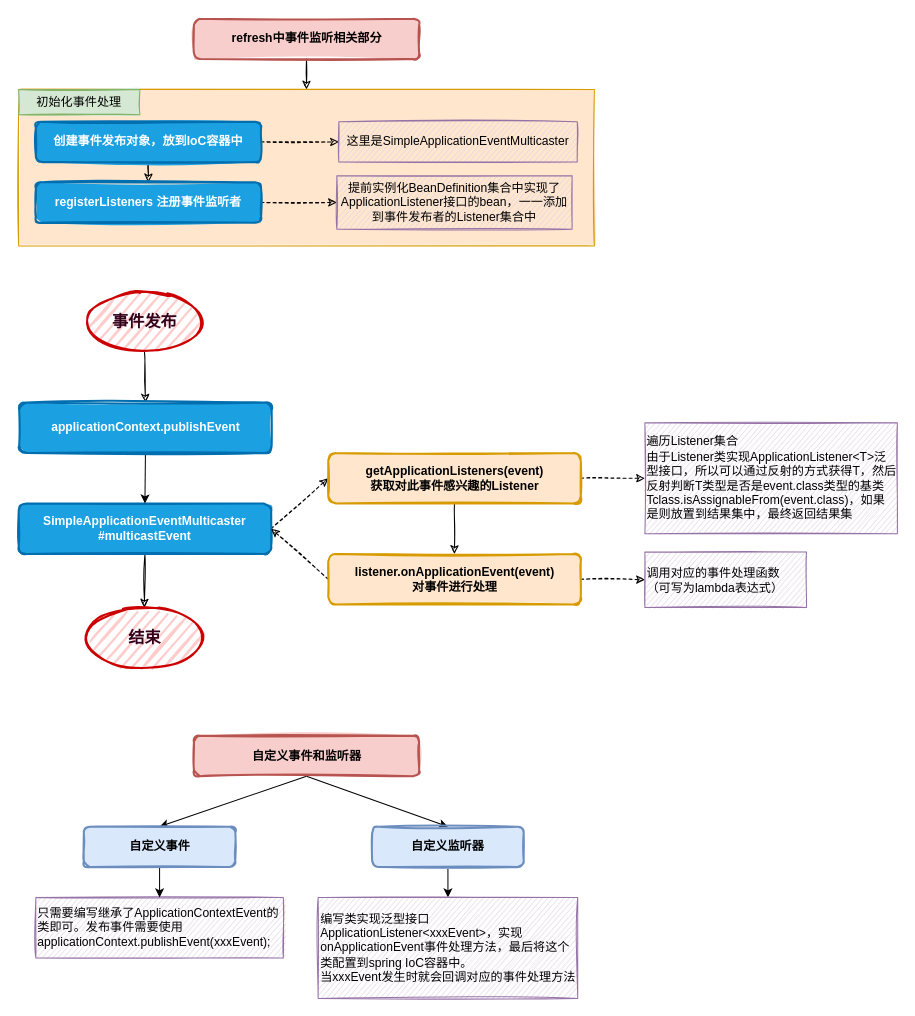
Before: 面试/项目/small-spring/事件监听机制.drawio in codeReaper2001/diagram, a draw.io diagram. Source tidied: cells renumbered, new cells numbered last; positions are measured from the earlier drawing's top-left corner, leaving out a move shared by most shapes. Both pictures are drawn from the tidied source at 101%, with x=0, y=0 at pixel (18, 18).
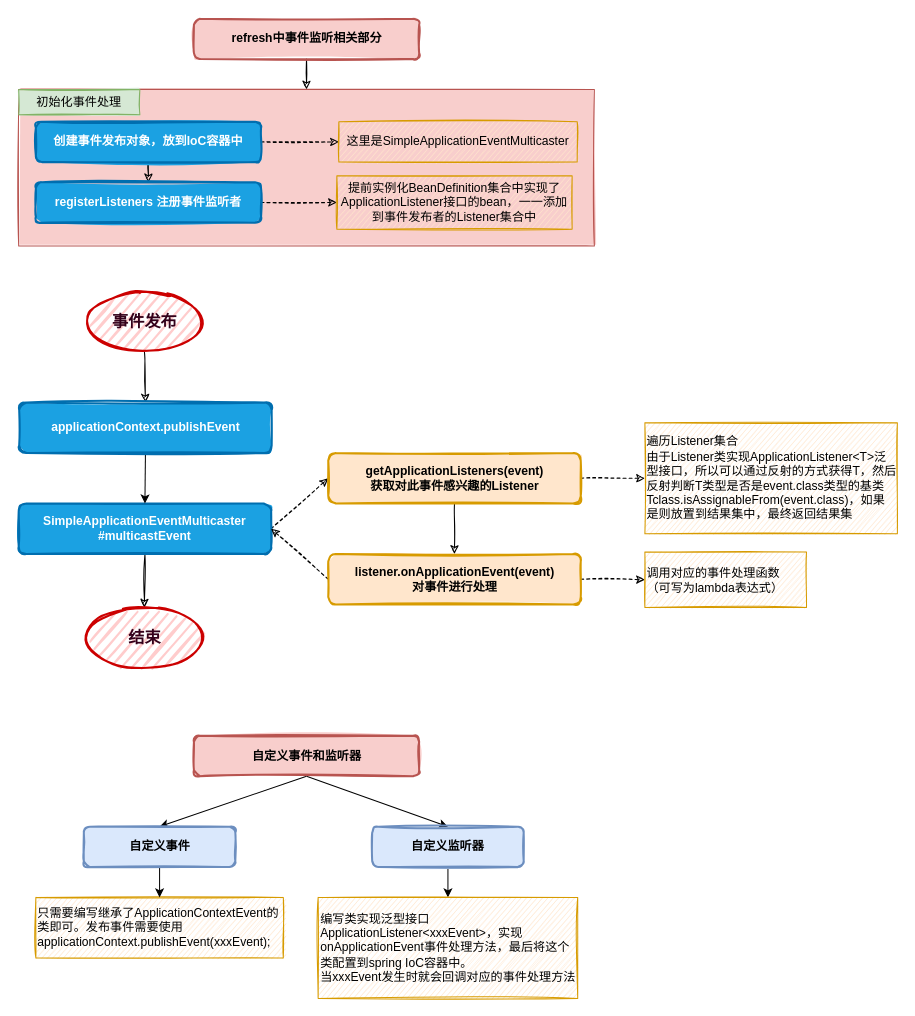
The same page after the edit.

Diff of the diagram source:
```diff
@@
-    <mxCell id="2" value="&lt;div style=&quot;text-align: justify&quot;&gt;&lt;br&gt;&lt;/div&gt;" style="rounded=0;whiteSpace=wrap;html=1;sketch=1;fillStyle=solid;strokeColor=#d79b00;fillColor=#ffe6cc;align=left;" parent="1" vertex="1">
+    <mxCell id="2" value="&lt;div style=&quot;text-align: justify&quot;&gt;&lt;br&gt;&lt;/div&gt;" style="rounded=0;whiteSpace=wrap;html=1;sketch=1;fillStyle=solid;strokeColor=#b85450;fillColor=#f8cecc;align=left;" parent="1" vertex="1">
       <mxGeometry y="70" width="570" height="155" as="geometry" />
     </mxCell>
@@
-    <mxCell id="7" value="这里是SimpleApplicationEventMulticaster" style="rounded=0;whiteSpace=wrap;html=1;sketch=1;fillColor=#e1d5e7;strokeColor=#9673a6;fillStyle=hachure;align=center;" parent="1" vertex="1">
+    <mxCell id="7" value="这里是SimpleApplicationEventMulticaster" style="rounded=0;whiteSpace=wrap;html=1;sketch=1;fillColor=#ffe6cc;strokeColor=#d79b00;fillStyle=hachure;align=center;" parent="1" vertex="1">
       <mxGeometry x="317" y="102" width="236" height="40" as="geometry" />
     </mxCell>
@@
-    <mxCell id="10" value="提前实例化BeanDefinition集合中实现了ApplicationListener接口的bean，一一添加到事件发布者的Listener集合中" style="rounded=0;whiteSpace=wrap;html=1;sketch=1;fillColor=#e1d5e7;strokeColor=#9673a6;fillStyle=hachure;align=center;" parent="1" vertex="1">
+    <mxCell id="10" value="提前实例化BeanDefinition集合中实现了ApplicationListener接口的bean，一一添加到事件发布者的Listener集合中" style="rounded=0;whiteSpace=wrap;html=1;sketch=1;fillColor=#ffe6cc;strokeColor=#d79b00;fillStyle=hachure;align=center;" parent="1" vertex="1">
       <mxGeometry x="315" y="155.5" width="233" height="53" as="geometry" />
     </mxCell>
@@
-    <mxCell id="25" value="遍历&lt;span style=&quot;text-align: center&quot;&gt;Listener集合&lt;/span&gt;&lt;br&gt;由于Listener类实现ApplicationListener&amp;lt;T&amp;gt;泛型接口，所以可以通过反射的方式获得T，然后反射判断T类型是否是event.class类型的基类Tclass.isAssignableFrom(event.class)，如果是则放置到结果集中，最终返回结果集" style="rounded=0;whiteSpace=wrap;html=1;sketch=1;fillColor=#e1d5e7;strokeColor=#9673a6;fillStyle=hachure;align=left;" parent="1" vertex="1">
+    <mxCell id="25" value="遍历&lt;span style=&quot;text-align: center&quot;&gt;Listener集合&lt;/span&gt;&lt;br&gt;由于Listener类实现ApplicationListener&amp;lt;T&amp;gt;泛型接口，所以可以通过反射的方式获得T，然后反射判断T类型是否是event.class类型的基类Tclass.isAssignableFrom(event.class)，如果是则放置到结果集中，最终返回结果集" style="rounded=0;whiteSpace=wrap;html=1;sketch=1;fillColor=#ffe6cc;strokeColor=#d79b00;fillStyle=hachure;align=left;" parent="1" vertex="1">
       <mxGeometry x="620" y="400" width="250" height="110" as="geometry" />
     </mxCell>
-    <mxCell id="26" value="调用对应的事件处理函数&lt;br&gt;（可写为lambda表达式）" style="rounded=0;whiteSpace=wrap;html=1;sketch=1;fillColor=#e1d5e7;strokeColor=#9673a6;fillStyle=hachure;align=left;" parent="1" vertex="1">
+    <mxCell id="26" value="调用对应的事件处理函数&lt;br&gt;（可写为lambda表达式）" style="rounded=0;whiteSpace=wrap;html=1;sketch=1;fillColor=#ffe6cc;strokeColor=#d79b00;fillStyle=hachure;align=left;" parent="1" vertex="1">
       <mxGeometry x="620" y="528" width="160" height="55" as="geometry" />
     </mxCell>
-    <mxCell id="27" value="只需要编写继承了ApplicationContextEvent的类即可。发布事件需要使用applicationContext.publishEvent(xxxEvent);" style="rounded=0;whiteSpace=wrap;html=1;sketch=1;fillColor=#e1d5e7;strokeColor=#9673a6;fillStyle=hachure;align=left;" parent="1" vertex="1">
+    <mxCell id="27" value="只需要编写继承了ApplicationContextEvent的类即可。发布事件需要使用applicationContext.publishEvent(xxxEvent);" style="rounded=0;whiteSpace=wrap;html=1;sketch=1;fillColor=#ffe6cc;strokeColor=#d79b00;fillStyle=hachure;align=left;" parent="1" vertex="1">
       <mxGeometry x="17" y="870" width="245" height="60" as="geometry" />
     </mxCell>
@@
-    <mxCell id="37" value="编写类实现泛型接口ApplicationListener&amp;lt;xxxEvent&amp;gt;，实现onApplicationEvent事件处理方法，最后将这个类配置到spring IoC容器中。&lt;br&gt;当xxxEvent发生时就会回调对应的事件处理方法" style="rounded=0;whiteSpace=wrap;html=1;sketch=1;fillColor=#e1d5e7;strokeColor=#9673a6;fillStyle=hachure;align=left;" parent="1" vertex="1">
+    <mxCell id="37" value="编写类实现泛型接口ApplicationListener&amp;lt;xxxEvent&amp;gt;，实现onApplicationEvent事件处理方法，最后将这个类配置到spring IoC容器中。&lt;br&gt;当xxxEvent发生时就会回调对应的事件处理方法" style="rounded=0;whiteSpace=wrap;html=1;sketch=1;fillColor=#ffe6cc;strokeColor=#d79b00;fillStyle=hachure;align=left;" parent="1" vertex="1">
       <mxGeometry x="296.5" y="870" width="257" height="100" as="geometry" />
     </mxCell>
```
